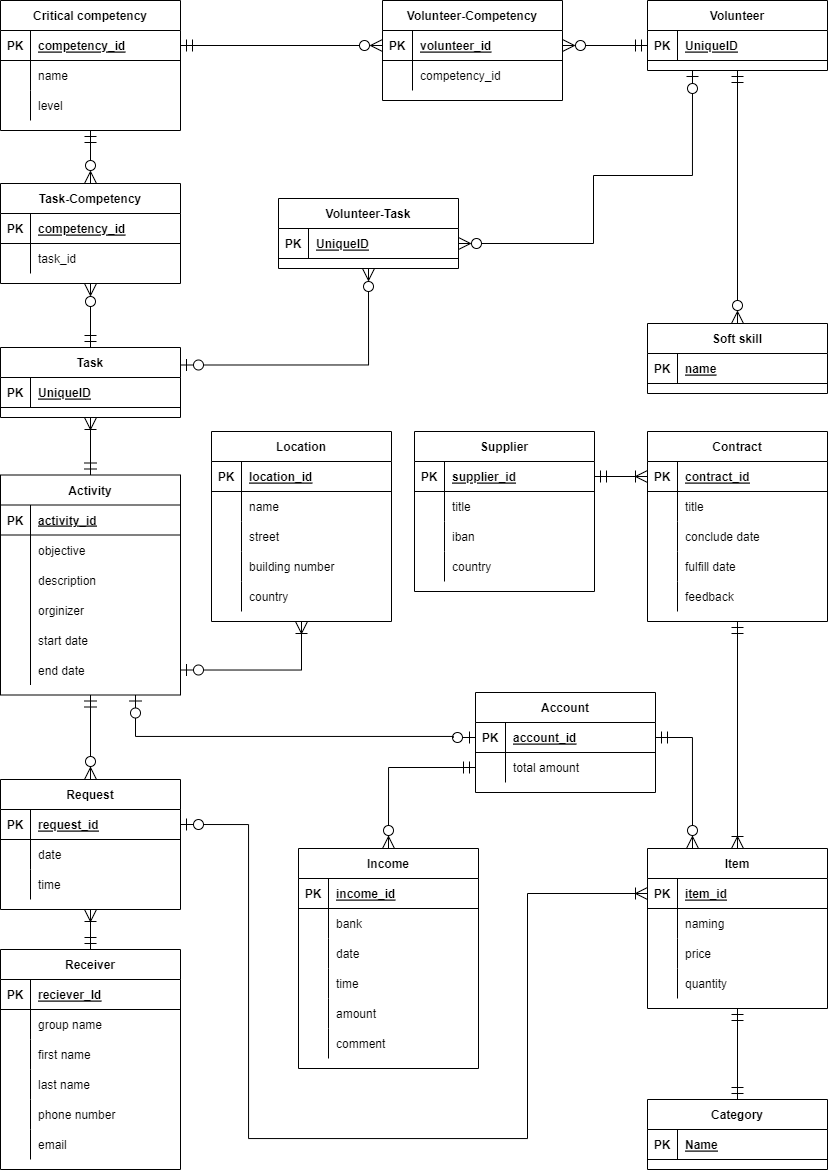
Above: ERD 2.0.png in C4ptainHook/Database-Coursework (draw.io), before the change. Source tidied: cells renumbered, new cells last; positions are measured from the earlier drawing's top-left corner, leaving out a move shared by most shapes.
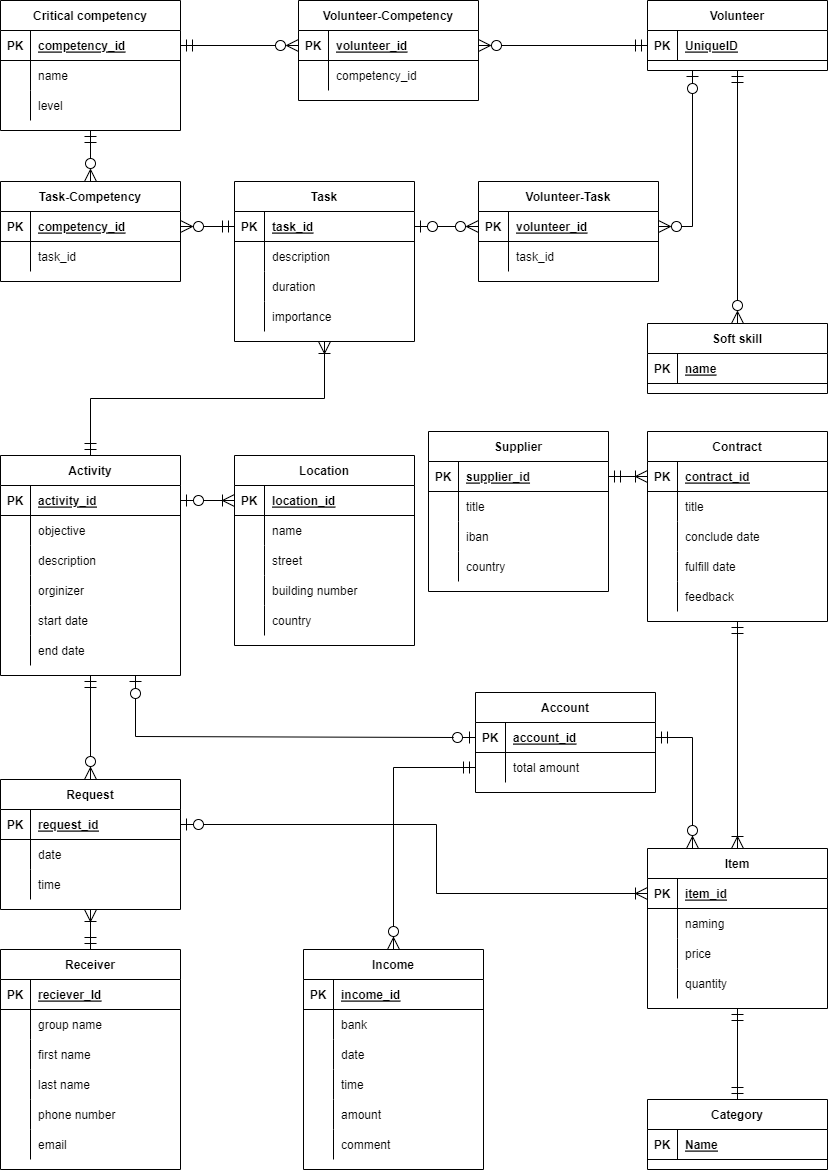
The same diagram one commit later.

Change to the diagram source:
```diff
@@ -3,7 +3,7 @@
     <mxCell id="0" />
     <mxCell id="1" parent="0" />
     <mxCell id="2" value="Supplier" style="shape=table;startSize=30;rowLines=0;fontStyle=1;align=center;" parent="1" vertex="1">
-      <mxGeometry x="414" y="431" width="180" height="160" as="geometry" />
+      <mxGeometry x="428" y="431" width="180" height="160" as="geometry" />
     </mxCell>
     <mxCell id="3" style="shape=tableRow;horizontal=0;startSize=0;swimlaneHead=0;swimlaneBody=0;fillColor=none;points=[[0,0.5],[1,0.5]];portConstraint=eastwest;top=0;left=0;right=0;bottom=1;" parent="2" vertex="1">
       <mxGeometry y="30" width="180" height="30" as="geometry" />
@@ -90,7 +90,7 @@
       <mxGeometry x="30" width="150" height="30" as="geometry" />
     </mxCell>
     <mxCell id="31" value="Activity" style="shape=table;startSize=30;rowLines=0;fontStyle=1;align=center;" parent="1" vertex="1">
-      <mxGeometry y="474.5" width="180" height="220" as="geometry" />
+      <mxGeometry y="455" width="180" height="220" as="geometry" />
     </mxCell>
     <mxCell id="32" style="shape=tableRow;horizontal=0;startSize=0;swimlaneHead=0;swimlaneBody=0;fillColor=none;points=[[0,0.5],[1,0.5]];portConstraint=eastwest;top=0;left=0;right=0;bottom=1;" parent="31" vertex="1">
       <mxGeometry y="30" width="180" height="30" as="geometry" />
@@ -204,7 +204,7 @@
       <mxGeometry x="30" width="150" height="30" as="geometry" />
     </mxCell>
     <mxCell id="69" value="Income" style="shape=table;startSize=30;rowLines=0;fontStyle=1;align=center;" parent="1" vertex="1">
-      <mxGeometry x="298" y="848" width="180" height="220" as="geometry" />
+      <mxGeometry x="303" y="949" width="180" height="220" as="geometry" />
     </mxCell>
     <mxCell id="70" style="shape=tableRow;horizontal=0;startSize=0;swimlaneHead=0;swimlaneBody=0;fillColor=none;top=0;left=0;right=0;bottom=1;" parent="69" vertex="1">
       <mxGeometry y="30" width="180" height="30" as="geometry" />
@@ -260,11 +260,11 @@
     <mxCell id="87" value="comment" style="shape=partialRectangle;fillColor=none;top=0;left=0;bottom=0;right=0;align=left;spacingLeft=6;overflow=hidden;" parent="85" vertex="1">
       <mxGeometry x="30" width="150" height="30" as="geometry" />
     </mxCell>
-    <mxCell id="88" style="edgeStyle=orthogonalEdgeStyle;rounded=0;jettySize=auto;html=1;exitX=1;exitY=0.25;exitDx=0;exitDy=0;entryX=0.5;entryY=1;entryDx=0;entryDy=0;startArrow=ERzeroToOne;startFill=0;endArrow=ERzeroToMany;endFill=0;startSize=10;endSize=10;" parent="1" edge="1" source="89" target="120">
+    <mxCell id="88" style="edgeStyle=orthogonalEdgeStyle;rounded=0;jettySize=auto;html=1;exitX=1;exitY=0.5;exitDx=0;exitDy=0;entryX=0;entryY=0.5;entryDx=0;entryDy=0;startArrow=ERzeroToOne;startFill=0;endArrow=ERzeroToMany;endFill=0;startSize=10;endSize=10;" parent="1" edge="1" source="90" target="121">
       <mxGeometry relative="1" as="geometry" />
     </mxCell>
     <mxCell id="89" value="Task" style="shape=table;startSize=30;rowLines=0;fontStyle=1;align=center;" parent="1" vertex="1">
-      <mxGeometry y="347" width="180" height="70" as="geometry" />
+      <mxGeometry x="234" y="181" width="180" height="160" as="geometry" />
     </mxCell>
     <mxCell id="90" style="shape=tableRow;horizontal=0;startSize=0;swimlaneHead=0;swimlaneBody=0;fillColor=none;points=[[0,0.5],[1,0.5]];portConstraint=eastwest;top=0;left=0;right=0;bottom=1;" parent="89" vertex="1">
       <mxGeometry y="30" width="180" height="30" as="geometry" />
@@ -272,9 +272,36 @@
     <mxCell id="91" value="PK" style="shape=partialRectangle;fillColor=none;top=0;left=0;bottom=0;right=0;fontStyle=1;overflow=hidden;" parent="90" vertex="1">
       <mxGeometry width="30" height="30" as="geometry" />
     </mxCell>
-    <mxCell id="92" value="UniqueID" style="shape=partialRectangle;fillColor=none;top=0;left=0;bottom=0;right=0;align=left;spacingLeft=6;fontStyle=5;overflow=hidden;" parent="90" vertex="1">
+    <mxCell id="92" value="task_id" style="shape=partialRectangle;fillColor=none;top=0;left=0;bottom=0;right=0;align=left;spacingLeft=6;fontStyle=5;overflow=hidden;" parent="90" vertex="1">
       <mxGeometry x="30" width="150" height="30" as="geometry" />
     </mxCell>
+    <mxCell id="196" style="shape=tableRow;horizontal=0;startSize=0;swimlaneHead=0;swimlaneBody=0;fillColor=none;top=0;left=0;right=0;bottom=0;" parent="89" vertex="1">
+      <mxGeometry y="60" width="180" height="30" as="geometry" />
+    </mxCell>
+    <mxCell id="197" style="shape=partialRectangle;fillColor=none;top=0;left=0;bottom=0;right=0;overflow=hidden;" parent="196" vertex="1">
+      <mxGeometry width="30" height="30" as="geometry" />
+    </mxCell>
+    <mxCell id="198" value="description" style="shape=partialRectangle;fillColor=none;top=0;left=0;bottom=0;right=0;align=left;spacingLeft=6;overflow=hidden;" parent="196" vertex="1">
+      <mxGeometry x="30" width="150" height="30" as="geometry" />
+    </mxCell>
+    <mxCell id="199" style="shape=tableRow;horizontal=0;startSize=0;swimlaneHead=0;swimlaneBody=0;fillColor=none;top=0;left=0;right=0;bottom=0;" parent="89" vertex="1">
+      <mxGeometry y="90" width="180" height="30" as="geometry" />
+    </mxCell>
+    <mxCell id="200" style="shape=partialRectangle;fillColor=none;top=0;left=0;bottom=0;right=0;overflow=hidden;" parent="199" vertex="1">
+      <mxGeometry width="30" height="30" as="geometry" />
+    </mxCell>
+    <mxCell id="201" value="duration" style="shape=partialRectangle;fillColor=none;top=0;left=0;bottom=0;right=0;align=left;spacingLeft=6;overflow=hidden;" parent="199" vertex="1">
+      <mxGeometry x="30" width="150" height="30" as="geometry" />
+    </mxCell>
+    <mxCell id="202" style="shape=tableRow;horizontal=0;startSize=0;swimlaneHead=0;swimlaneBody=0;fillColor=none;top=0;left=0;right=0;bottom=0;" parent="89" vertex="1">
+      <mxGeometry y="120" width="180" height="30" as="geometry" />
+    </mxCell>
+    <mxCell id="203" style="shape=partialRectangle;fillColor=none;top=0;left=0;bottom=0;right=0;overflow=hidden;" parent="202" vertex="1">
+      <mxGeometry width="30" height="30" as="geometry" />
+    </mxCell>
+    <mxCell id="204" value="importance" style="shape=partialRectangle;fillColor=none;top=0;left=0;bottom=0;right=0;align=left;spacingLeft=6;overflow=hidden;" parent="202" vertex="1">
+      <mxGeometry x="30" width="150" height="30" as="geometry" />
+    </mxCell>
     <mxCell id="93" value="Account" style="shape=table;startSize=30;rowLines=0;fontStyle=1;align=center;" parent="1" vertex="1">
       <mxGeometry x="475" y="692" width="180" height="100" as="geometry" />
     </mxCell>
@@ -357,7 +384,7 @@
       <mxGeometry relative="1" as="geometry" />
     </mxCell>
     <mxCell id="120" value="Volunteer-Task" style="shape=table;startSize=30;rowLines=0;fontStyle=1;align=center;" parent="1" vertex="1">
-      <mxGeometry x="278" y="198" width="180" height="70" as="geometry" />
+      <mxGeometry x="478" y="181" width="180" height="100" as="geometry" />
     </mxCell>
     <mxCell id="121" style="shape=tableRow;horizontal=0;startSize=0;swimlaneHead=0;swimlaneBody=0;fillColor=none;points=[[0,0.5],[1,0.5]];portConstraint=eastwest;top=0;left=0;right=0;bottom=1;" parent="120" vertex="1">
       <mxGeometry y="30" width="180" height="30" as="geometry" />
@@ -365,9 +392,18 @@
     <mxCell id="122" value="PK" style="shape=partialRectangle;fillColor=none;top=0;left=0;bottom=0;right=0;fontStyle=1;overflow=hidden;" parent="121" vertex="1">
       <mxGeometry width="30" height="30" as="geometry" />
     </mxCell>
-    <mxCell id="123" value="UniqueID" style="shape=partialRectangle;fillColor=none;top=0;left=0;bottom=0;right=0;align=left;spacingLeft=6;fontStyle=5;overflow=hidden;" parent="121" vertex="1">
+    <mxCell id="123" value="volunteer_id" style="shape=partialRectangle;fillColor=none;top=0;left=0;bottom=0;right=0;align=left;spacingLeft=6;fontStyle=5;overflow=hidden;" parent="121" vertex="1">
       <mxGeometry x="30" width="150" height="30" as="geometry" />
     </mxCell>
+    <mxCell id="205" style="shape=tableRow;horizontal=0;startSize=0;swimlaneHead=0;swimlaneBody=0;fillColor=none;top=0;left=0;right=0;bottom=0;" parent="120" vertex="1">
+      <mxGeometry y="60" width="180" height="30" as="geometry" />
+    </mxCell>
+    <mxCell id="206" style="shape=partialRectangle;fillColor=none;top=0;left=0;bottom=0;right=0;overflow=hidden;" parent="205" vertex="1">
+      <mxGeometry width="30" height="30" as="geometry" />
+    </mxCell>
+    <mxCell id="207" value="task_id" style="shape=partialRectangle;fillColor=none;top=0;left=0;bottom=0;right=0;align=left;spacingLeft=6;overflow=hidden;" parent="205" vertex="1">
+      <mxGeometry x="30" width="150" height="30" as="geometry" />
+    </mxCell>
     <mxCell id="124" style="fontSize=12;html=1;endArrow=ERoneToMany;startArrow=ERmandOne;rounded=0;startSize=10;endSize=10;exitX=1;exitY=0.5;exitDx=0;exitDy=0;entryX=0;entryY=0.5;entryDx=0;entryDy=0;endFill=0;edgeStyle=orthogonalEdgeStyle;" parent="1" edge="1" source="3" target="16">
       <mxGeometry relative="1" as="geometry" />
     </mxCell>
@@ -466,18 +502,16 @@
     <mxCell id="154" style="fontSize=12;html=1;endArrow=ERoneToMany;startArrow=ERzeroToOne;rounded=0;startSize=10;endSize=10;exitX=1;exitY=0.5;exitDx=0;exitDy=0;entryX=0;entryY=0.5;entryDx=0;entryDy=0;endFill=0;edgeStyle=orthogonalEdgeStyle;startFill=0;" parent="1" edge="1" source="126" target="142">
       <mxGeometry relative="1" as="geometry">
         <Array as="points">
-          <mxPoint x="248" y="824" />
-          <mxPoint x="248" y="1138" />
-          <mxPoint x="527" y="1138" />
-          <mxPoint x="527" y="893" />
+          <mxPoint x="436" y="824" />
+          <mxPoint x="436" y="893" />
         </Array>
       </mxGeometry>
     </mxCell>
-    <mxCell id="155" style="edgeStyle=orthogonalEdgeStyle;rounded=0;jettySize=auto;html=1;entryX=0.5;entryY=1;entryDx=0;entryDy=0;startArrow=ERmandOne;startFill=0;endArrow=ERzeroToMany;endFill=0;startSize=10;endSize=10;exitX=0.5;exitY=0;exitDx=0;exitDy=0;" parent="1" edge="1" source="89" target="156">
+    <mxCell id="155" style="edgeStyle=orthogonalEdgeStyle;rounded=0;jettySize=auto;html=1;entryX=1;entryY=0.5;entryDx=0;entryDy=0;startArrow=ERmandOne;startFill=0;endArrow=ERzeroToMany;endFill=0;startSize=10;endSize=10;exitX=0;exitY=0.5;exitDx=0;exitDy=0;" parent="1" edge="1" source="90" target="157">
       <mxGeometry relative="1" as="geometry" />
     </mxCell>
     <mxCell id="156" value="Task-Competency" style="shape=table;startSize=30;rowLines=0;fontStyle=1;align=center;" parent="1" vertex="1">
-      <mxGeometry y="183" width="180" height="100" as="geometry" />
+      <mxGeometry y="181" width="180" height="100" as="geometry" />
     </mxCell>
     <mxCell id="157" style="shape=tableRow;horizontal=0;startSize=0;swimlaneHead=0;swimlaneBody=0;fillColor=none;points=[[0,0.5],[1,0.5]];portConstraint=eastwest;top=0;left=0;right=0;bottom=1;" parent="156" vertex="1">
       <mxGeometry y="30" width="180" height="30" as="geometry" />
@@ -497,20 +531,14 @@
     <mxCell id="162" value="task_id" style="shape=partialRectangle;fillColor=none;top=0;left=0;bottom=0;right=0;align=left;spacingLeft=6;overflow=hidden;" parent="160" vertex="1">
       <mxGeometry x="30" width="150" height="30" as="geometry" />
     </mxCell>
-    <mxCell id="163" style="edgeStyle=orthogonalEdgeStyle;rounded=0;jettySize=auto;html=1;exitX=0.25;exitY=1;exitDx=0;exitDy=0;startArrow=ERzeroToOne;startFill=0;endArrow=ERzeroToMany;endFill=0;startSize=10;endSize=10;" parent="1" edge="1" source="101" target="121">
-      <mxGeometry relative="1" as="geometry">
-        <Array as="points">
-          <mxPoint x="692" y="175" />
-          <mxPoint x="593" y="175" />
-          <mxPoint x="593" y="243" />
-        </Array>
-      </mxGeometry>
+    <mxCell id="163" style="edgeStyle=orthogonalEdgeStyle;rounded=0;jettySize=auto;html=1;exitX=0.25;exitY=1;exitDx=0;exitDy=0;startArrow=ERzeroToOne;startFill=0;endArrow=ERzeroToMany;endFill=0;startSize=10;endSize=10;entryX=1;entryY=0.5;entryDx=0;entryDy=0;" parent="1" edge="1" source="101" target="121">
+      <mxGeometry relative="1" as="geometry" />
     </mxCell>
     <mxCell id="164" style="edgeStyle=orthogonalEdgeStyle;rounded=0;jettySize=auto;html=1;exitX=0.5;exitY=1;exitDx=0;exitDy=0;entryX=0.5;entryY=0;entryDx=0;entryDy=0;startArrow=ERmandOne;startFill=0;endArrow=ERzeroToMany;endFill=0;startSize=10;endSize=10;" parent="1" edge="1" source="109" target="156">
       <mxGeometry relative="1" as="geometry" />
     </mxCell>
     <mxCell id="165" value="Volunteer-Competency" style="shape=table;startSize=30;rowLines=0;fontStyle=1;align=center;" parent="1" vertex="1">
-      <mxGeometry x="382" width="180" height="100" as="geometry" />
+      <mxGeometry x="298" width="180" height="100" as="geometry" />
     </mxCell>
     <mxCell id="166" style="shape=tableRow;horizontal=0;startSize=0;swimlaneHead=0;swimlaneBody=0;fillColor=none;points=[[0,0.5],[1,0.5]];portConstraint=eastwest;top=0;left=0;right=0;bottom=1;" parent="165" vertex="1">
       <mxGeometry y="30" width="180" height="30" as="geometry" />
@@ -552,7 +580,7 @@
       <mxGeometry relative="1" as="geometry" />
     </mxCell>
     <mxCell id="179" value="Location" style="shape=table;startSize=30;rowLines=0;fontStyle=1;align=center;" parent="1" vertex="1">
-      <mxGeometry x="211" y="431" width="180" height="190" as="geometry" />
+      <mxGeometry x="234" y="455" width="180" height="190" as="geometry" />
     </mxCell>
     <mxCell id="180" style="shape=tableRow;horizontal=0;startSize=0;swimlaneHead=0;swimlaneBody=0;fillColor=none;points=[[0,0.5],[1,0.5]];portConstraint=eastwest;top=0;left=0;right=0;bottom=1;" parent="179" vertex="1">
       <mxGeometry y="30" width="180" height="30" as="geometry" />
@@ -599,7 +627,7 @@
     <mxCell id="194" value="country" style="shape=partialRectangle;fillColor=none;top=0;left=0;bottom=0;right=0;align=left;spacingLeft=6;overflow=hidden;" parent="192" vertex="1">
       <mxGeometry x="30" width="150" height="30" as="geometry" />
     </mxCell>
-    <mxCell id="195" style="edgeStyle=orthogonalEdgeStyle;rounded=0;jettySize=auto;html=1;exitX=1;exitY=0.5;exitDx=0;exitDy=0;entryX=0.5;entryY=1;entryDx=0;entryDy=0;startArrow=ERzeroToOne;startFill=0;endArrow=ERoneToMany;endFill=0;startSize=10;endSize=10;" parent="1" edge="1" source="47" target="179">
+    <mxCell id="195" style="edgeStyle=orthogonalEdgeStyle;rounded=0;jettySize=auto;html=1;exitX=1;exitY=0.5;exitDx=0;exitDy=0;entryX=0;entryY=0.5;entryDx=0;entryDy=0;startArrow=ERzeroToOne;startFill=0;endArrow=ERoneToMany;endFill=0;startSize=10;endSize=10;" parent="1" edge="1" source="32" target="180">
       <mxGeometry relative="1" as="geometry" />
     </mxCell>
   </root>
```
